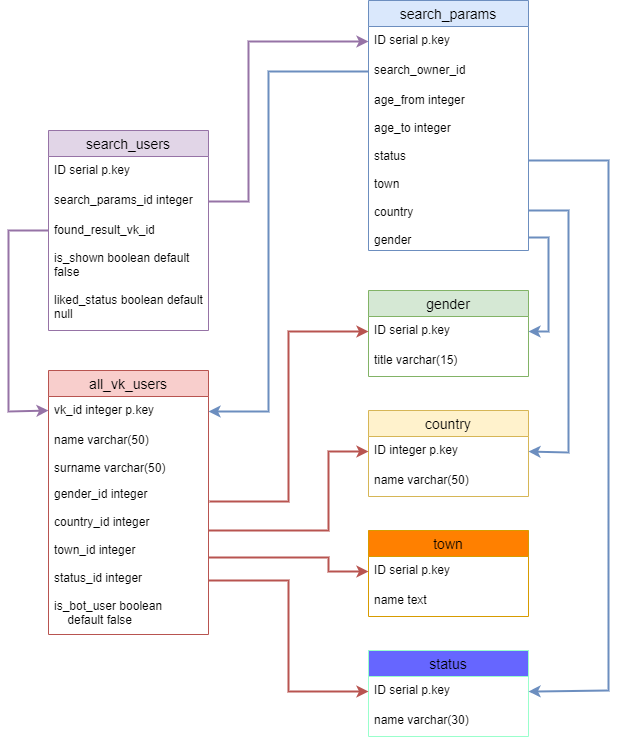
Earlier version of the draw.io export diploms_db.png (SaD-Pr0gEr/Vk-bot-acquaintance). Source tidied: cells renumbered, new cells last; positions are measured from the earlier drawing's top-left corner, leaving out a move shared by most shapes.
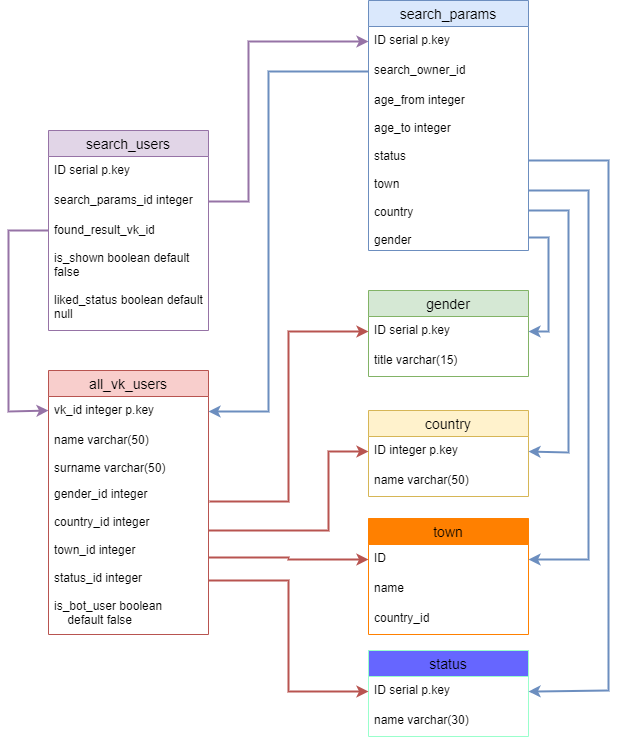
The same diagram one commit later.

The edit, as a diff of the source:
```diff
@@ -56,15 +56,6 @@
     <mxCell id="19" value="title varchar(15)" style="text;strokeColor=none;fillColor=none;spacingLeft=4;spacingRight=4;overflow=hidden;fontSize=12;" parent="17" vertex="1">
       <mxGeometry y="56" width="160" height="30" as="geometry" />
     </mxCell>
-    <mxCell id="20" value="town" style="swimlane;fontStyle=0;horizontal=1;startSize=26;align=center;fontSize=14;strokeColor=#d79b00;fillColor=#FF8000;" parent="1" vertex="1">
-      <mxGeometry x="360" y="530" width="160" height="86" as="geometry" />
-    </mxCell>
-    <mxCell id="21" value="ID serial p.key" style="text;strokeColor=none;fillColor=none;spacingLeft=4;spacingRight=4;overflow=hidden;points=[[0,0.5],[1,0.5]];portConstraint=eastwest;fontSize=12;" parent="20" vertex="1">
-      <mxGeometry y="26" width="160" height="30" as="geometry" />
-    </mxCell>
-    <mxCell id="22" value="name text" style="text;strokeColor=none;fillColor=none;spacingLeft=4;spacingRight=4;overflow=hidden;fontSize=12;" parent="20" vertex="1">
-      <mxGeometry y="56" width="160" height="30" as="geometry" />
-    </mxCell>
     <mxCell id="23" value="country" style="swimlane;fontStyle=0;horizontal=1;startSize=26;align=center;fontSize=14;strokeColor=#d6b656;fillColor=#fff2cc;" parent="1" vertex="1">
       <mxGeometry x="360" y="410" width="160" height="86" as="geometry" />
     </mxCell>
@@ -146,14 +137,6 @@
         </Array>
       </mxGeometry>
     </mxCell>
-    <mxCell id="34" style="edgeStyle=orthogonalEdgeStyle;rounded=0;jettySize=auto;html=1;exitX=1;exitY=0.5;exitDx=0;exitDy=0;entryX=0;entryY=0.5;entryDx=0;entryDy=0;strokeColor=#b85450;strokeWidth=2;fillColor=#f8cecc;" parent="1" edge="1" source="16" target="21">
-      <mxGeometry relative="1" as="geometry">
-        <Array as="points">
-          <mxPoint x="320" y="557" />
-          <mxPoint x="320" y="571" />
-        </Array>
-      </mxGeometry>
-    </mxCell>
     <mxCell id="35" style="edgeStyle=orthogonalEdgeStyle;rounded=0;jettySize=auto;html=1;entryX=0;entryY=0.5;entryDx=0;entryDy=0;strokeColor=#b85450;strokeWidth=2;fillColor=#f8cecc;" parent="1" edge="1" target="11">
       <mxGeometry relative="1" as="geometry">
         <mxPoint x="200" y="580" as="sourcePoint" />
@@ -164,5 +147,28 @@
         </Array>
       </mxGeometry>
     </mxCell>
+    <mxCell id="20" value="town" style="swimlane;fontStyle=0;horizontal=1;startSize=26;align=center;fontSize=14;strokeColor=#FF8000;fillColor=#FF8000;" parent="1" vertex="1">
+      <mxGeometry x="360" y="518" width="160" height="116" as="geometry" />
+    </mxCell>
+    <mxCell id="36" value="ID" style="text;strokeColor=none;fillColor=none;spacingLeft=4;spacingRight=4;overflow=hidden;points=[[0,0.5],[1,0.5]];portConstraint=eastwest;fontSize=12;" parent="20" vertex="1">
+      <mxGeometry y="26" width="160" height="30" as="geometry" />
+    </mxCell>
+    <mxCell id="37" value="name" style="text;strokeColor=none;fillColor=none;spacingLeft=4;spacingRight=4;overflow=hidden;fontSize=12;" parent="20" vertex="1">
+      <mxGeometry y="56" width="160" height="30" as="geometry" />
+    </mxCell>
+    <mxCell id="38" value="country_id" style="text;strokeColor=none;fillColor=none;spacingLeft=4;spacingRight=4;overflow=hidden;fontSize=12;" parent="20" vertex="1">
+      <mxGeometry y="86" width="160" height="30" as="geometry" />
+    </mxCell>
+    <mxCell id="39" style="edgeStyle=orthogonalEdgeStyle;rounded=0;jettySize=auto;html=1;fillColor=#dae8fc;strokeColor=#6c8ebf;strokeWidth=2;" parent="1" edge="1" source="9" target="36">
+      <mxGeometry relative="1" as="geometry">
+        <Array as="points">
+          <mxPoint x="580" y="190" />
+          <mxPoint x="580" y="559" />
+        </Array>
+      </mxGeometry>
+    </mxCell>
+    <mxCell id="40" style="edgeStyle=orthogonalEdgeStyle;rounded=0;jettySize=auto;html=1;exitX=1;exitY=0.5;exitDx=0;exitDy=0;entryX=0;entryY=0.5;entryDx=0;entryDy=0;strokeWidth=2;fillColor=#f8cecc;strokeColor=#b85450;" parent="1" edge="1" source="16" target="36">
+      <mxGeometry relative="1" as="geometry" />
+    </mxCell>
   </root>
 </mxGraphModel>
```
